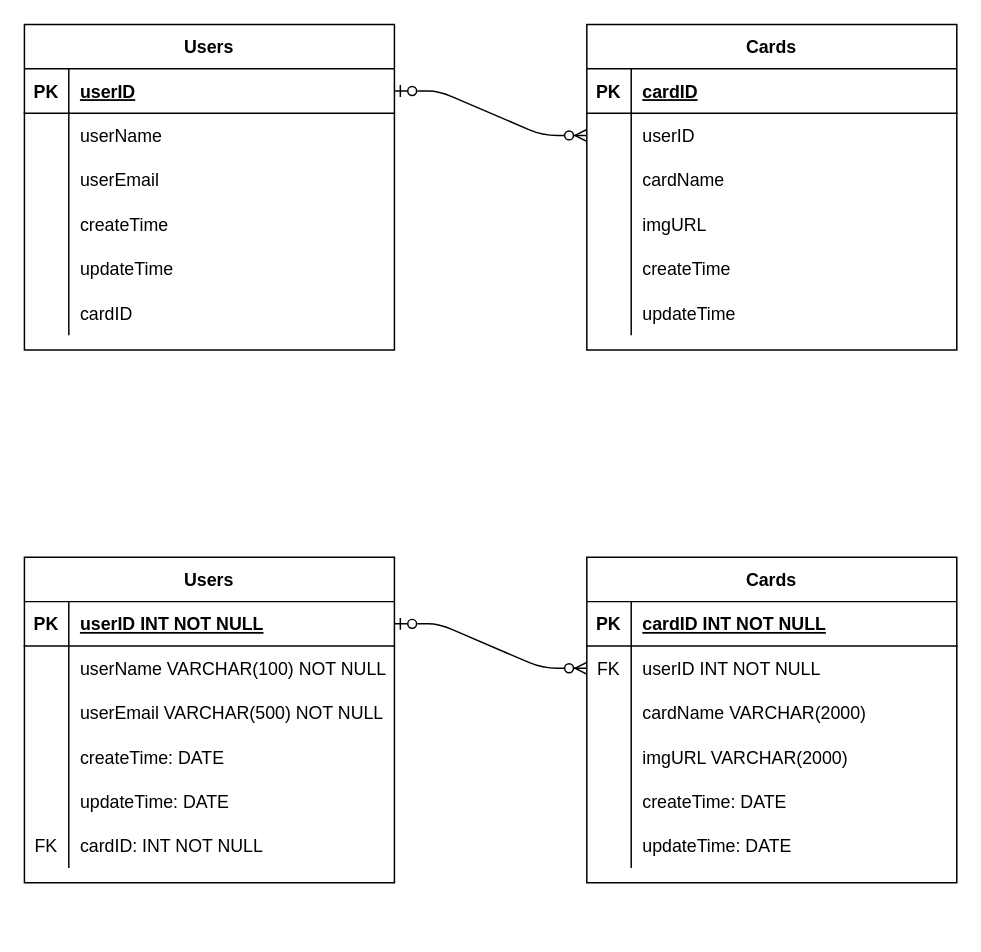
Above: MiniProject3/mongodb-app/publics/Mini Project 3.drawio in endofheat/9OctSECohort (draw.io), before the change. Source tidied: cells renumbered, new cells numbered last; positions are measured from the earlier drawing's top-left corner, leaving out a move shared by most shapes. Both pictures are drawn from the tidied source at 148%, with x=0, y=0 at pixel (24, 24).
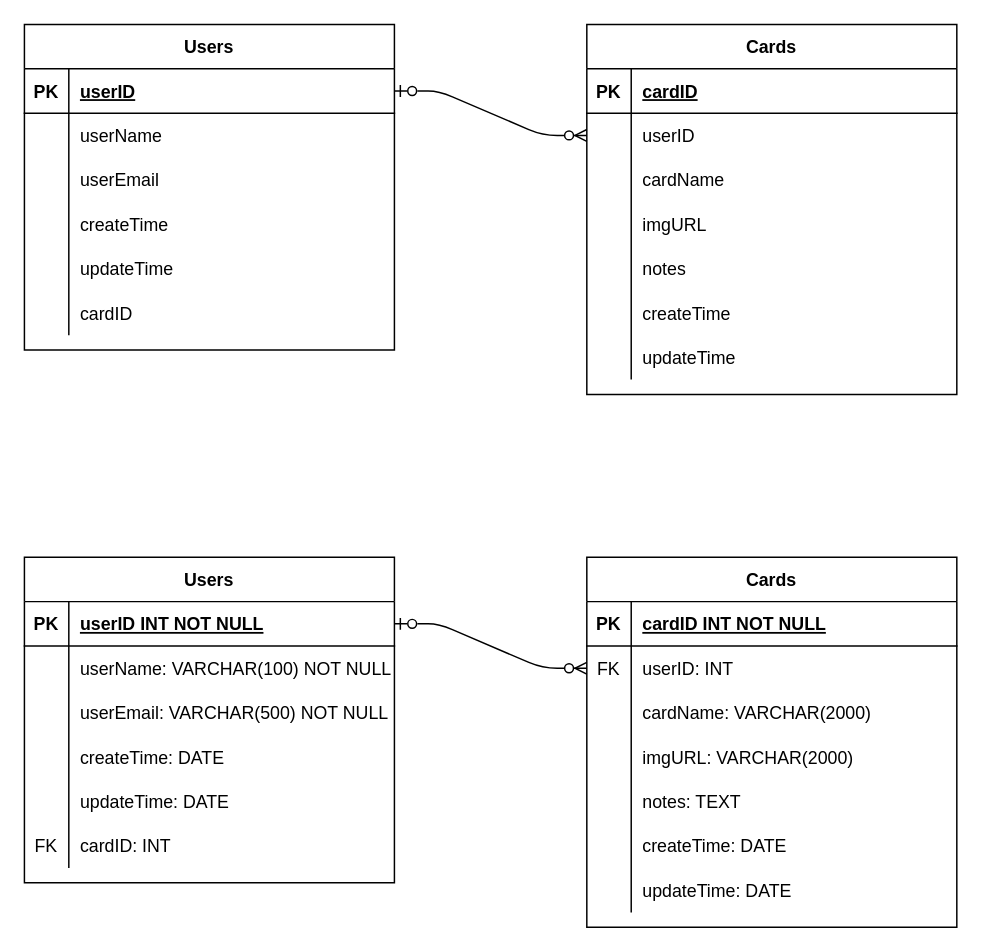
After the change.

Unchanged cells that the change refers to:
```xml
<mxCell id="46" style="shape=partialRectangle;fillColor=none;points=[[0,0.5],[1,0.5]];portConstraint=eastwest;top=0;left=0;right=0;bottom=0;" parent="42" vertex="1">
  <mxGeometry y="60" width="250" height="30" as="geometry" />
</mxCell>
<mxCell id="49" style="shape=partialRectangle;fillColor=none;top=0;left=0;right=0;bottom=0;" parent="42" vertex="1">
  <mxGeometry y="90" width="250" height="30" as="geometry" />
</mxCell>
<mxCell id="52" style="shape=partialRectangle;fillColor=none;top=0;left=0;right=0;bottom=0;" parent="42" vertex="1">
  <mxGeometry y="120" width="250" height="30" as="geometry" />
</mxCell>
<mxCell id="65" style="shape=partialRectangle;fillColor=none;top=0;left=0;right=0;bottom=0;" parent="61" vertex="1">
  <mxGeometry y="60" width="250" height="30" as="geometry" />
</mxCell>
<mxCell id="68" style="shape=partialRectangle;fillColor=none;top=0;left=0;right=0;bottom=0;" parent="61" vertex="1">
  <mxGeometry y="90" width="250" height="30" as="geometry" />
</mxCell>
<mxCell id="77" style="shape=partialRectangle;fillColor=none;top=0;left=0;right=0;bottom=0;" parent="61" vertex="1">
  <mxGeometry y="180" width="250" height="30" as="geometry" />
</mxCell>
```

The edit, as a diff of the source:
```diff
@@
     <mxCell id="3" value="Cards" style="shape=table;startSize=30;childLayout=tableLayout;rowLines=0;fontStyle=1;align=center;" parent="1" vertex="1">
-      <mxGeometry x="380" width="250" height="220" as="geometry" />
+      <mxGeometry x="380" width="250" height="250" as="geometry" />
     </mxCell>
@@
+    <mxCell id="80" style="shape=partialRectangle;fillColor=none;top=0;left=0;right=0;bottom=0;" parent="3" vertex="1">
+      <mxGeometry y="150" width="250" height="30" as="geometry" />
+    </mxCell>
+    <mxCell id="81" style="shape=partialRectangle;overflow=hidden;fillColor=none;top=0;left=0;bottom=0;right=0;" parent="80" vertex="1">
+      <mxGeometry width="30" height="30" as="geometry" />
+    </mxCell>
+    <mxCell id="82" value="notes" style="shape=partialRectangle;overflow=hidden;fillColor=none;top=0;left=0;bottom=0;right=0;align=left;spacingLeft=6;" parent="80" vertex="1">
+      <mxGeometry x="30" width="220" height="30" as="geometry" />
+    </mxCell>
     <mxCell id="16" style="shape=partialRectangle;fillColor=none;top=0;left=0;right=0;bottom=0;" parent="3" vertex="1">
-      <mxGeometry y="150" width="250" height="30" as="geometry" />
+      <mxGeometry y="180" width="250" height="30" as="geometry" />
     </mxCell>
@@
     <mxCell id="19" style="shape=partialRectangle;fillColor=none;top=0;left=0;right=0;bottom=0;" parent="3" vertex="1">
-      <mxGeometry y="180" width="250" height="30" as="geometry" />
+      <mxGeometry y="210" width="250" height="30" as="geometry" />
     </mxCell>
@@
     <mxCell id="42" value="Cards" style="shape=table;startSize=30;childLayout=tableLayout;rowLines=0;fontStyle=1;align=center;" parent="1" vertex="1">
-      <mxGeometry x="380" y="360" width="250" height="220" as="geometry" />
+      <mxGeometry x="380" y="360" width="250" height="250" as="geometry" />
     </mxCell>
@@
-    <mxCell id="48" value="userID INT NOT NULL" style="shape=partialRectangle;overflow=hidden;fillColor=none;top=0;left=0;bottom=0;right=0;align=left;spacingLeft=6;" parent="46" vertex="1">
+    <mxCell id="48" value="userID: INT" style="shape=partialRectangle;overflow=hidden;fillColor=none;top=0;left=0;bottom=0;right=0;align=left;spacingLeft=6;" parent="46" vertex="1">
       <mxGeometry x="30" width="220" height="30" as="geometry" />
     </mxCell>
@@
-    <mxCell id="51" value="cardName VARCHAR(2000)" style="shape=partialRectangle;overflow=hidden;fillColor=none;top=0;left=0;bottom=0;right=0;align=left;spacingLeft=6;" parent="49" vertex="1">
+    <mxCell id="51" value="cardName: VARCHAR(2000)" style="shape=partialRectangle;overflow=hidden;fillColor=none;top=0;left=0;bottom=0;right=0;align=left;spacingLeft=6;" parent="49" vertex="1">
       <mxGeometry x="30" width="220" height="30" as="geometry" />
     </mxCell>
@@
-    <mxCell id="54" value="imgURL VARCHAR(2000)" style="shape=partialRectangle;overflow=hidden;fillColor=none;top=0;left=0;bottom=0;right=0;align=left;spacingLeft=6;" parent="52" vertex="1">
+    <mxCell id="54" value="imgURL: VARCHAR(2000)" style="shape=partialRectangle;overflow=hidden;fillColor=none;top=0;left=0;bottom=0;right=0;align=left;spacingLeft=6;" parent="52" vertex="1">
       <mxGeometry x="30" width="220" height="30" as="geometry" />
     </mxCell>
+    <mxCell id="83" style="shape=partialRectangle;fillColor=none;top=0;left=0;right=0;bottom=0;" parent="42" vertex="1">
+      <mxGeometry y="150" width="250" height="30" as="geometry" />
+    </mxCell>
+    <mxCell id="84" style="shape=partialRectangle;overflow=hidden;fillColor=none;top=0;left=0;bottom=0;right=0;" parent="83" vertex="1">
+      <mxGeometry width="30" height="30" as="geometry" />
+    </mxCell>
+    <mxCell id="85" value="notes: TEXT" style="shape=partialRectangle;overflow=hidden;fillColor=none;top=0;left=0;bottom=0;right=0;align=left;spacingLeft=6;" parent="83" vertex="1">
+      <mxGeometry x="30" width="220" height="30" as="geometry" />
+    </mxCell>
     <mxCell id="55" style="shape=partialRectangle;fillColor=none;top=0;left=0;right=0;bottom=0;" parent="42" vertex="1">
-      <mxGeometry y="150" width="250" height="30" as="geometry" />
+      <mxGeometry y="180" width="250" height="30" as="geometry" />
     </mxCell>
@@
     <mxCell id="58" style="shape=partialRectangle;fillColor=none;top=0;left=0;right=0;bottom=0;" parent="42" vertex="1">
-      <mxGeometry y="180" width="250" height="30" as="geometry" />
+      <mxGeometry y="210" width="250" height="30" as="geometry" />
     </mxCell>
@@
-    <mxCell id="67" value="userName VARCHAR(100) NOT NULL" style="shape=partialRectangle;overflow=hidden;fillColor=none;top=0;left=0;bottom=0;right=0;align=left;spacingLeft=6;" parent="65" vertex="1">
+    <mxCell id="67" value="userName: VARCHAR(100) NOT NULL" style="shape=partialRectangle;overflow=hidden;fillColor=none;top=0;left=0;bottom=0;right=0;align=left;spacingLeft=6;" parent="65" vertex="1">
       <mxGeometry x="30" width="220" height="30" as="geometry" />
     </mxCell>
@@
-    <mxCell id="70" value="userEmail VARCHAR(500) NOT NULL" style="shape=partialRectangle;overflow=hidden;fillColor=none;top=0;left=0;bottom=0;right=0;align=left;spacingLeft=6;" parent="68" vertex="1">
+    <mxCell id="70" value="userEmail: VARCHAR(500) NOT NULL" style="shape=partialRectangle;overflow=hidden;fillColor=none;top=0;left=0;bottom=0;right=0;align=left;spacingLeft=6;" parent="68" vertex="1">
       <mxGeometry x="30" width="220" height="30" as="geometry" />
     </mxCell>
@@
-    <mxCell id="79" value="cardID: INT NOT NULL" style="shape=partialRectangle;overflow=hidden;fillColor=none;top=0;left=0;bottom=0;right=0;align=left;spacingLeft=6;" parent="77" vertex="1">
+    <mxCell id="79" value="cardID: INT" style="shape=partialRectangle;overflow=hidden;fillColor=none;top=0;left=0;bottom=0;right=0;align=left;spacingLeft=6;" parent="77" vertex="1">
       <mxGeometry x="30" width="220" height="30" as="geometry" />
     </mxCell>
```
